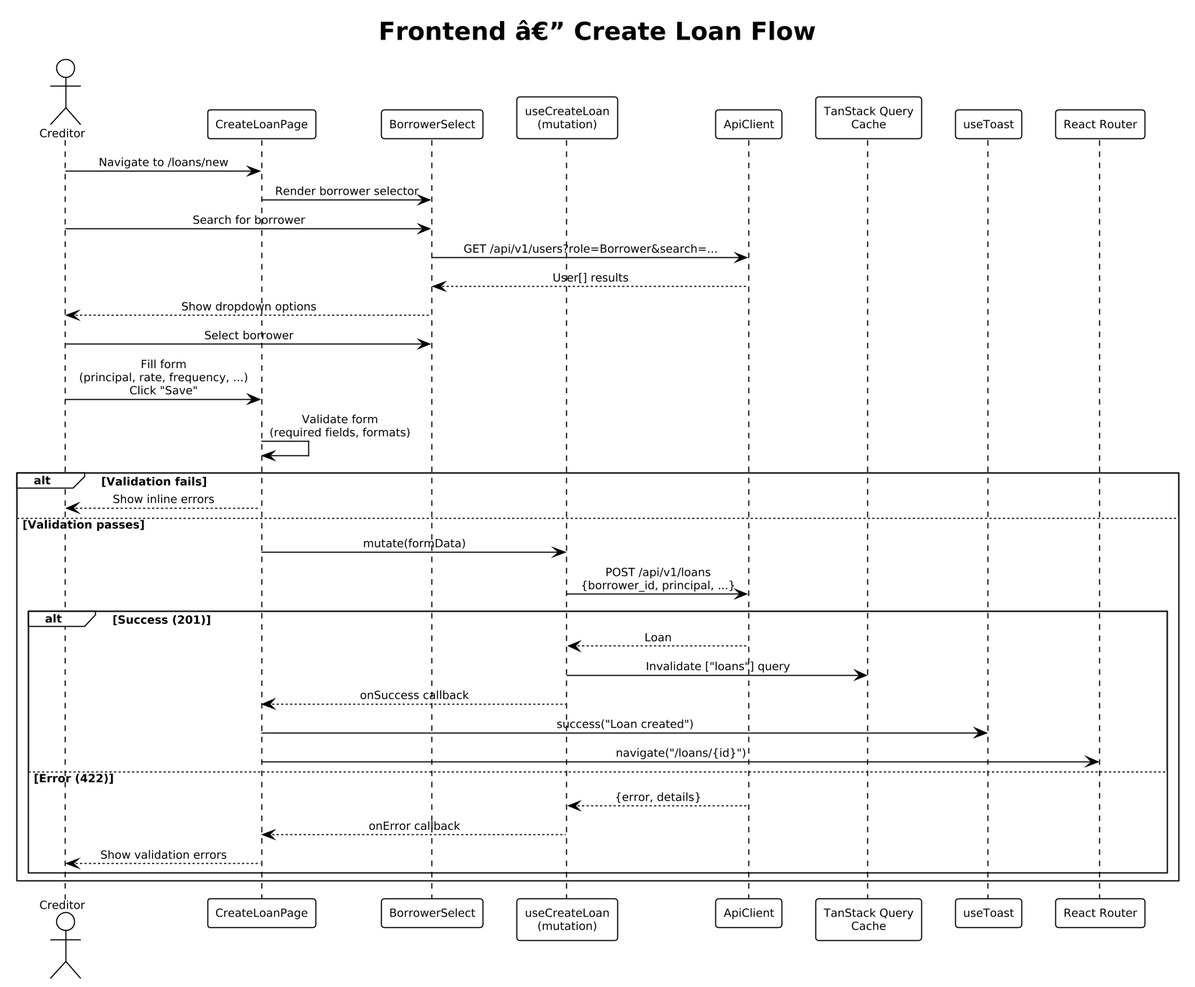
Before: docs/detailed-designs/diagrams/rendered/fe_seq_create_loan.png, a diagram exported from PlantUML (QuinntyneBrown/LendQ).
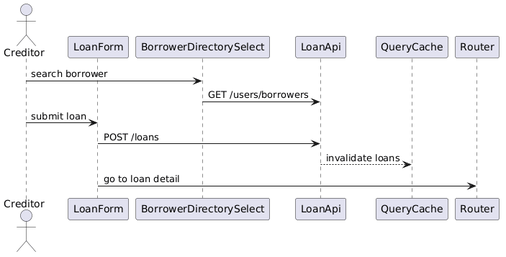
After the change.

The edit, as a diff of the source:
```diff
@@ -1,46 +1,15 @@
 @startuml
-!theme plain
-skinparam dpi 150
-skinparam defaultFontSize 10
-skinparam sequenceMessageAlign center
+actor Creditor
+participant LoanForm
+participant BorrowerDirectorySelect
+participant LoanApi
+participant QueryCache
+participant Router
 
-title Frontend â€” Create Loan Flow
-
-actor Creditor
-participant "CreateLoanPage" as page
-participant "BorrowerSelect" as sel
-participant "useCreateLoan\n(mutation)" as mut
-participant "ApiClient" as api
-participant "TanStack Query\nCache" as cache
-participant "useToast" as toast
-participant "React Router" as router
-
-Creditor -> page : Navigate to /loans/new
-page -> sel : Render borrower selector
-Creditor -> sel : Search for borrower
-sel -> api : GET /api/v1/users?role=Borrower&search=...
-api --> sel : User[] results
-sel --> Creditor : Show dropdown options
-Creditor -> sel : Select borrower
-
-Creditor -> page : Fill form\n(principal, rate, frequency, ...)\nClick "Save"
-page -> page : Validate form\n(required fields, formats)
-
-alt Validation fails
-  page --> Creditor : Show inline errors
-else Validation passes
-  page -> mut : mutate(formData)
-  mut -> api : POST /api/v1/loans\n{borrower_id, principal, ...}
-  alt Success (201)
-    api --> mut : Loan
-    mut -> cache : Invalidate ["loans"] query
-    mut --> page : onSuccess callback
-    page -> toast : success("Loan created")
-    page -> router : navigate("/loans/{id}")
-  else Error (422)
-    api --> mut : {error, details}
-    mut --> page : onError callback
-    page --> Creditor : Show validation errors
-  end
-end
+Creditor -> BorrowerDirectorySelect : search borrower
+BorrowerDirectorySelect -> LoanApi : GET /users/borrowers
+Creditor -> LoanForm : submit loan
+LoanForm -> LoanApi : POST /loans
+LoanApi --> QueryCache : invalidate loans
+LoanForm -> Router : go to loan detail
 @enduml
```
